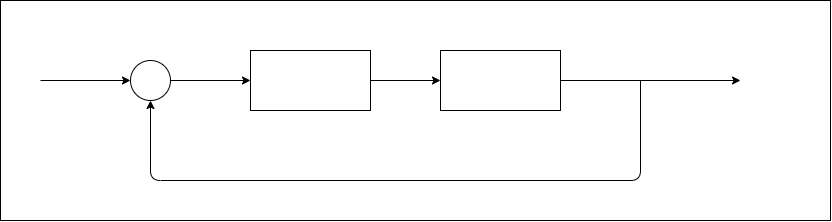
Earlier version of the draw.io export figs/diagrama_de_blocos.drawio.png (PHM-araujo/DCC-motor-control). Source tidied: cells renumbered, new cells last; positions are measured from the earlier drawing's top-left corner, leaving out a move shared by most shapes. The source it was exported from:
```xml
<mxGraphModel background="#FFFFFF">
  <root>
    <mxCell id="0" />
    <mxCell id="1" parent="0" />
    <mxCell id="2" style="rounded=0;whiteSpace=wrap;html=1;" parent="1" vertex="1">
      <mxGeometry width="830" height="220" as="geometry" />
    </mxCell>
    <mxCell id="3" style="edgeStyle=none;html=1;entryX=0;entryY=0.5;entryDx=0;entryDy=0;" parent="1" edge="1" source="4" target="6">
      <mxGeometry relative="1" as="geometry" />
    </mxCell>
    <mxCell id="4" style="rounded=0;whiteSpace=wrap;html=1;" parent="1" vertex="1">
      <mxGeometry x="250" y="50" width="120" height="60" as="geometry" />
    </mxCell>
    <mxCell id="5" style="edgeStyle=none;html=1;" parent="1" edge="1" source="6">
      <mxGeometry relative="1" as="geometry">
        <mxPoint x="740" y="80" as="targetPoint" />
      </mxGeometry>
    </mxCell>
    <mxCell id="6" style="rounded=0;whiteSpace=wrap;html=1;" parent="1" vertex="1">
      <mxGeometry x="440" y="50" width="120" height="60" as="geometry" />
    </mxCell>
    <mxCell id="7" style="edgeStyle=none;html=1;entryX=0;entryY=0.5;entryDx=0;entryDy=0;" parent="1" edge="1" source="8" target="4">
      <mxGeometry relative="1" as="geometry" />
    </mxCell>
    <mxCell id="8" style="ellipse;whiteSpace=wrap;html=1;" parent="1" vertex="1">
      <mxGeometry x="130" y="60" width="40" height="40" as="geometry" />
    </mxCell>
    <mxCell id="9" style="endArrow=classic;html=1;entryX=0.5;entryY=1;entryDx=0;entryDy=0;" parent="1" edge="1" target="8">
      <mxGeometry relative="1" as="geometry">
        <mxPoint x="640" y="80" as="sourcePoint" />
        <Array as="points">
          <mxPoint x="640" y="180" />
          <mxPoint x="150" y="180" />
        </Array>
      </mxGeometry>
    </mxCell>
    <mxCell id="10" style="endArrow=classic;html=1;entryX=0;entryY=0.5;entryDx=0;entryDy=0;" parent="1" edge="1" target="8">
      <mxGeometry relative="1" as="geometry">
        <mxPoint x="40" y="80" as="sourcePoint" />
      </mxGeometry>
    </mxCell>
  </root>
</mxGraphModel>
```
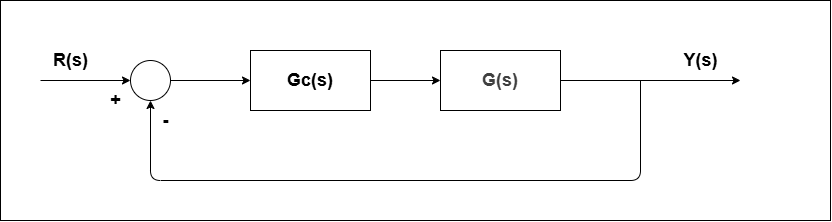
After the commit.

Commit message:
Add motor parameters and block diagram

The edit, as a diff of the source:
```diff
@@ -8,7 +8,7 @@
     <mxCell id="3" style="edgeStyle=none;html=1;entryX=0;entryY=0.5;entryDx=0;entryDy=0;" parent="1" edge="1" source="4" target="6">
       <mxGeometry relative="1" as="geometry" />
     </mxCell>
-    <mxCell id="4" style="rounded=0;whiteSpace=wrap;html=1;" parent="1" vertex="1">
+    <mxCell id="4" value="&lt;b&gt;&lt;font style=&quot;font-size: 18px;&quot;&gt;Gc(s)&lt;/font&gt;&lt;/b&gt;" style="rounded=0;whiteSpace=wrap;html=1;" parent="1" vertex="1">
       <mxGeometry x="250" y="50" width="120" height="60" as="geometry" />
     </mxCell>
     <mxCell id="5" style="edgeStyle=none;html=1;" parent="1" edge="1" source="6">
@@ -16,7 +16,7 @@
         <mxPoint x="740" y="80" as="targetPoint" />
       </mxGeometry>
     </mxCell>
-    <mxCell id="6" style="rounded=0;whiteSpace=wrap;html=1;" parent="1" vertex="1">
+    <mxCell id="6" value="&lt;b style=&quot;color: rgb(63, 63, 63); scrollbar-color: rgb(226, 226, 226) rgb(251, 251, 251);&quot;&gt;&lt;font style=&quot;color: rgb(63, 63, 63); scrollbar-color: rgb(226, 226, 226) rgb(251, 251, 251); font-size: 18px;&quot;&gt;G(s)&lt;/font&gt;&lt;/b&gt;" style="rounded=0;whiteSpace=wrap;html=1;" parent="1" vertex="1">
       <mxGeometry x="440" y="50" width="120" height="60" as="geometry" />
     </mxCell>
     <mxCell id="7" style="edgeStyle=none;html=1;entryX=0;entryY=0.5;entryDx=0;entryDy=0;" parent="1" edge="1" source="8" target="4">
@@ -39,5 +39,17 @@
         <mxPoint x="40" y="80" as="sourcePoint" />
       </mxGeometry>
     </mxCell>
+    <mxCell id="11" value="&lt;font style=&quot;font-size: 18px;&quot;&gt;&lt;b&gt;R(s)&lt;/b&gt;&lt;/font&gt;" style="text;html=1;align=center;verticalAlign=middle;strokeColor=none;fillColor=none;" parent="1" vertex="1">
+      <mxGeometry x="40" y="40" width="60" height="40" as="geometry" />
+    </mxCell>
+    <mxCell id="12" value="&lt;font style=&quot;font-size: 18px;&quot;&gt;&lt;b&gt;Y(s)&lt;/b&gt;&lt;/font&gt;" style="text;html=1;align=center;verticalAlign=middle;strokeColor=none;fillColor=none;" parent="1" vertex="1">
+      <mxGeometry x="670" y="40" width="60" height="40" as="geometry" />
+    </mxCell>
+    <mxCell id="13" value="&lt;font style=&quot;font-size: 18px;&quot;&gt;&lt;b&gt;-&lt;/b&gt;&lt;/font&gt;" style="text;html=1;align=center;verticalAlign=middle;strokeColor=none;fillColor=none;" parent="1" vertex="1">
+      <mxGeometry x="150" y="100" width="30" height="40" as="geometry" />
+    </mxCell>
+    <mxCell id="14" value="&lt;span style=&quot;font-size: 18px;&quot;&gt;&lt;b&gt;+&lt;/b&gt;&lt;/span&gt;" style="text;html=1;align=center;verticalAlign=middle;strokeColor=none;fillColor=none;" parent="1" vertex="1">
+      <mxGeometry x="100" y="80" width="30" height="40" as="geometry" />
+    </mxCell>
   </root>
 </mxGraphModel>
```
